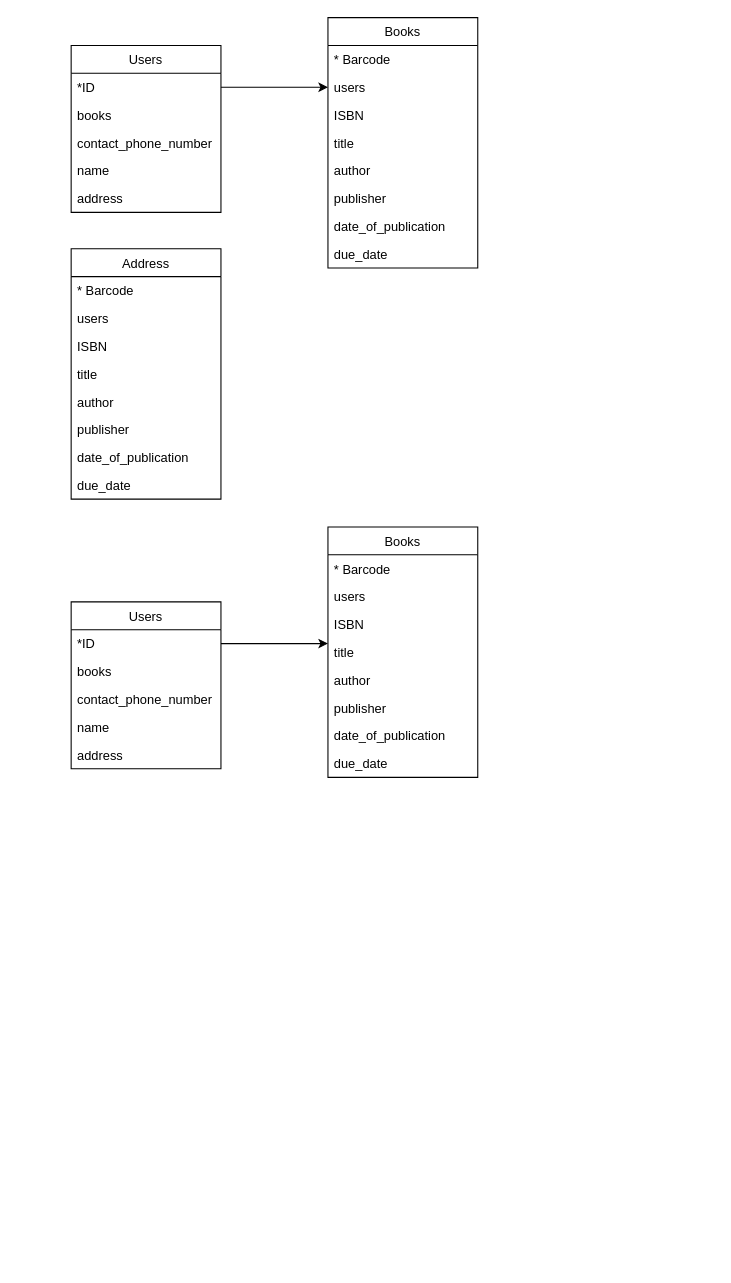
This is Untitled Diagram.drawio from Ziqi222/name.c, a draw.io file, before an edit. Source tidied: cells renumbered, new cells numbered last; positions are measured from the earlier drawing's top-left corner, leaving out a move shared by most shapes. Both pictures are drawn from the tidied source at 107%, with x=0, y=0 at pixel (71, 17).
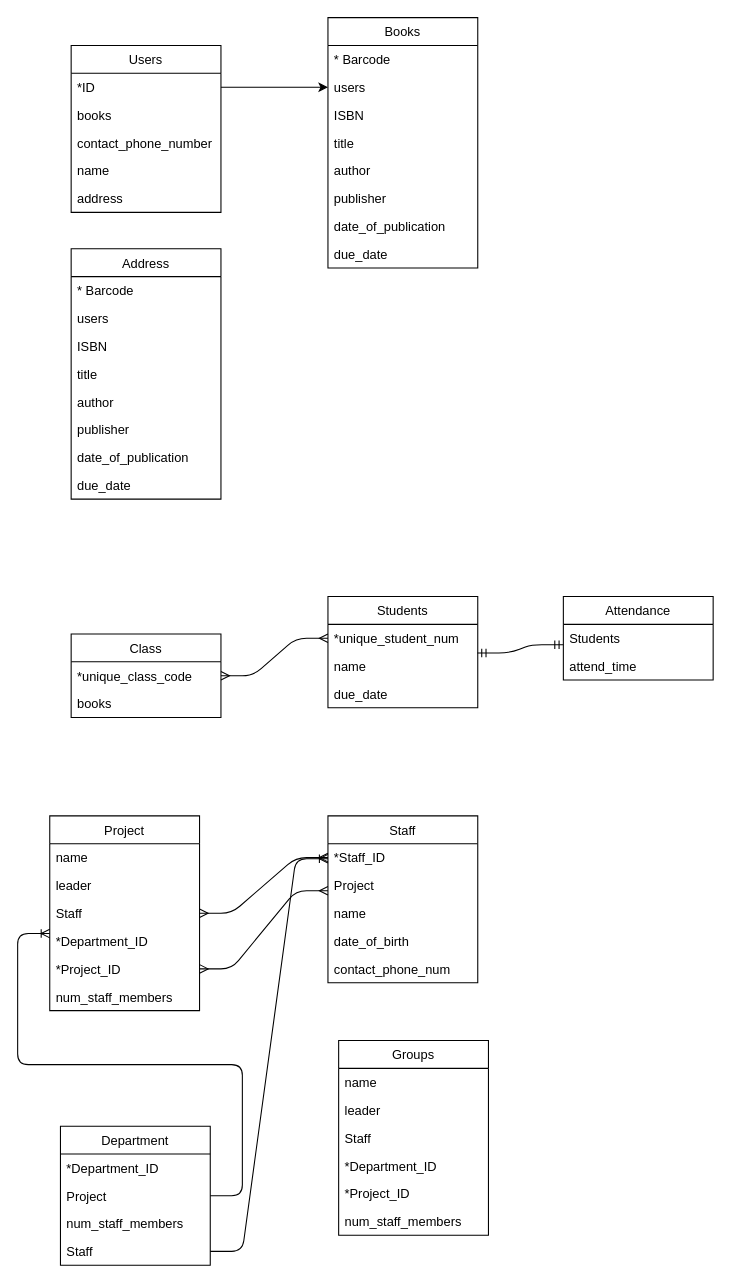
The same page after the edit.

What changed in the source:
```diff
@@
-    <mxCell id="27" value="Users" style="swimlane;fontStyle=0;horizontal=1;startSize=26;fillColor=none;" parent="1" vertex="1">
-      <mxGeometry y="546" width="140" height="156" as="geometry" />
+    <mxCell id="27" value="Class" style="swimlane;fontStyle=0;horizontal=1;startSize=26;fillColor=none;" parent="1" vertex="1">
+      <mxGeometry y="576" width="140" height="78" as="geometry" />
     </mxCell>
-    <mxCell id="28" value="*ID" style="text;strokeColor=none;fillColor=none;align=left;verticalAlign=top;spacingLeft=4;spacingRight=4;overflow=hidden;points=[[0,0.5],[1,0.5]];portConstraint=eastwest;" parent="27" vertex="1">
+    <mxCell id="28" value="*unique_class_code" style="text;strokeColor=none;fillColor=none;align=left;verticalAlign=top;spacingLeft=4;spacingRight=4;overflow=hidden;points=[[0,0.5],[1,0.5]];portConstraint=eastwest;" parent="27" vertex="1">
       <mxGeometry y="26" width="140" height="26" as="geometry" />
     </mxCell>
@@
-    <mxCell id="30" value="contact_phone_number" style="text;strokeColor=none;fillColor=none;align=left;verticalAlign=top;spacingLeft=4;spacingRight=4;overflow=hidden;" parent="27" vertex="1">
-      <mxGeometry y="78" width="140" height="26" as="geometry" />
-    </mxCell>
-    <mxCell id="31" value="name" style="text;strokeColor=none;fillColor=none;align=left;verticalAlign=top;spacingLeft=4;spacingRight=4;overflow=hidden;" parent="27" vertex="1">
-      <mxGeometry y="104" width="140" height="26" as="geometry" />
-    </mxCell>
-    <mxCell id="32" value="address" style="text;strokeColor=none;fillColor=none;align=left;verticalAlign=top;spacingLeft=4;spacingRight=4;overflow=hidden;" parent="27" vertex="1">
-      <mxGeometry y="130" width="140" height="26" as="geometry" />
-    </mxCell>
-    <mxCell id="33" style="endArrow=classic;html=1;exitX=1;exitY=0.5;exitDx=0;exitDy=0;entryX=0;entryY=0.5;entryDx=0;entryDy=0;" parent="1" edge="1" source="28">
-      <mxGeometry relative="1" as="geometry">
-        <mxPoint x="240" y="585" as="targetPoint" />
-      </mxGeometry>
-    </mxCell>
-    <mxCell id="34" value="Books" style="swimlane;fontStyle=0;horizontal=1;startSize=26;fillColor=none;" parent="1" vertex="1">
-      <mxGeometry x="240" y="476" width="140" height="234" as="geometry" />
+    <mxCell id="34" value="Students" style="swimlane;fontStyle=0;horizontal=1;startSize=26;fillColor=none;" parent="1" vertex="1">
+      <mxGeometry x="240" y="541" width="140" height="104" as="geometry" />
     </mxCell>
-    <mxCell id="35" value="* Barcode" style="text;strokeColor=none;fillColor=none;align=left;verticalAlign=top;spacingLeft=4;spacingRight=4;overflow=hidden;" parent="34" vertex="1">
-      <mxGeometry y="26" width="140" height="26" as="geometry" />
-    </mxCell>
+    <mxCell id="37" value="*unique_student_num" style="text;strokeColor=none;fillColor=none;align=left;verticalAlign=top;spacingLeft=4;spacingRight=4;overflow=hidden;points=[[0,0.5],[1,0.5]];portConstraint=eastwest;" parent="34" vertex="1">
+      <mxGeometry y="26" width="140" height="26" as="geometry" />
+    </mxCell>
-    <mxCell id="36" value="users" style="text;strokeColor=none;fillColor=none;align=left;verticalAlign=top;spacingLeft=4;spacingRight=4;overflow=hidden;points=[[0,0.5],[1,0.5]];portConstraint=eastwest;" parent="34" vertex="1">
+    <mxCell id="36" value="name" style="text;strokeColor=none;fillColor=none;align=left;verticalAlign=top;spacingLeft=4;spacingRight=4;overflow=hidden;points=[[0,0.5],[1,0.5]];portConstraint=eastwest;" parent="34" vertex="1">
       <mxGeometry y="52" width="140" height="26" as="geometry" />
     </mxCell>
-    <mxCell id="37" value="ISBN" style="text;strokeColor=none;fillColor=none;align=left;verticalAlign=top;spacingLeft=4;spacingRight=4;overflow=hidden;points=[[0,0.5],[1,0.5]];portConstraint=eastwest;" parent="34" vertex="1">
-      <mxGeometry y="78" width="140" height="26" as="geometry" />
-    </mxCell>
-    <mxCell id="38" value="title" style="text;strokeColor=none;fillColor=none;align=left;verticalAlign=top;spacingLeft=4;spacingRight=4;overflow=hidden;" parent="34" vertex="1">
-      <mxGeometry y="104" width="140" height="26" as="geometry" />
-    </mxCell>
-    <mxCell id="39" value="author" style="text;strokeColor=none;fillColor=none;align=left;verticalAlign=top;spacingLeft=4;spacingRight=4;overflow=hidden;" parent="34" vertex="1">
-      <mxGeometry y="130" width="140" height="26" as="geometry" />
-    </mxCell>
-    <mxCell id="40" value="publisher" style="text;strokeColor=none;fillColor=none;align=left;verticalAlign=top;spacingLeft=4;spacingRight=4;overflow=hidden;" parent="34" vertex="1">
-      <mxGeometry y="156" width="140" height="26" as="geometry" />
-    </mxCell>
-    <mxCell id="41" value="date_of_publication" style="text;strokeColor=none;fillColor=none;align=left;verticalAlign=top;spacingLeft=4;spacingRight=4;overflow=hidden;" parent="34" vertex="1">
-      <mxGeometry y="182" width="140" height="26" as="geometry" />
-    </mxCell>
     <mxCell id="42" value="due_date" style="text;strokeColor=none;fillColor=none;align=left;verticalAlign=top;spacingLeft=4;spacingRight=4;overflow=hidden;" parent="34" vertex="1">
-      <mxGeometry y="208" width="140" height="26" as="geometry" />
+      <mxGeometry y="78" width="140" height="26" as="geometry" />
     </mxCell>
+    <mxCell id="43" value="Attendance" style="swimlane;fontStyle=0;horizontal=1;startSize=26;fillColor=none;" parent="1" vertex="1">
+      <mxGeometry x="460" y="541" width="140" height="78" as="geometry" />
+    </mxCell>
+    <mxCell id="44" value="Students" style="text;strokeColor=none;fillColor=none;align=left;verticalAlign=top;spacingLeft=4;spacingRight=4;overflow=hidden;" parent="43" vertex="1">
+      <mxGeometry y="26" width="140" height="26" as="geometry" />
+    </mxCell>
+    <mxCell id="45" value="attend_time&#10;" style="text;strokeColor=none;fillColor=none;align=left;verticalAlign=top;spacingLeft=4;spacingRight=4;overflow=hidden;" parent="43" vertex="1">
+      <mxGeometry y="52" width="140" height="26" as="geometry" />
+    </mxCell>
+    <mxCell id="46" value="Staff" style="swimlane;fontStyle=0;horizontal=1;startSize=26;fillColor=none;" parent="1" vertex="1">
+      <mxGeometry x="240" y="746" width="140" height="156" as="geometry" />
+    </mxCell>
+    <mxCell id="47" value="*Staff_ID" style="text;strokeColor=none;fillColor=none;align=left;verticalAlign=top;spacingLeft=4;spacingRight=4;overflow=hidden;points=[[0,0.5],[1,0.5]];portConstraint=eastwest;" parent="46" vertex="1">
+      <mxGeometry y="26" width="140" height="26" as="geometry" />
+    </mxCell>
+    <mxCell id="48" value="Project" style="text;strokeColor=none;fillColor=none;align=left;verticalAlign=top;spacingLeft=4;spacingRight=4;overflow=hidden;" parent="46" vertex="1">
+      <mxGeometry y="52" width="140" height="26" as="geometry" />
+    </mxCell>
+    <mxCell id="49" value="name" style="text;strokeColor=none;fillColor=none;align=left;verticalAlign=top;spacingLeft=4;spacingRight=4;overflow=hidden;" parent="46" vertex="1">
+      <mxGeometry y="78" width="140" height="26" as="geometry" />
+    </mxCell>
+    <mxCell id="50" value="date_of_birth" style="text;strokeColor=none;fillColor=none;align=left;verticalAlign=top;spacingLeft=4;spacingRight=4;overflow=hidden;" parent="46" vertex="1">
+      <mxGeometry y="104" width="140" height="26" as="geometry" />
+    </mxCell>
+    <mxCell id="51" value="contact_phone_num" style="text;strokeColor=none;fillColor=none;align=left;verticalAlign=top;spacingLeft=4;spacingRight=4;overflow=hidden;" parent="46" vertex="1">
+      <mxGeometry y="130" width="140" height="26" as="geometry" />
+    </mxCell>
+    <mxCell id="52" value="Department" style="swimlane;fontStyle=0;horizontal=1;startSize=26;fillColor=none;" parent="1" vertex="1">
+      <mxGeometry x="-10" y="1036" width="140" height="130" as="geometry" />
+    </mxCell>
+    <mxCell id="53" value="*Department_ID" style="text;strokeColor=none;fillColor=none;align=left;verticalAlign=top;spacingLeft=4;spacingRight=4;overflow=hidden;" parent="52" vertex="1">
+      <mxGeometry y="26" width="140" height="26" as="geometry" />
+    </mxCell>
+    <mxCell id="54" value="Project" style="text;strokeColor=none;fillColor=none;align=left;verticalAlign=top;spacingLeft=4;spacingRight=4;overflow=hidden;points=[[0,0.5],[1,0.5]];portConstraint=eastwest;" parent="52" vertex="1">
+      <mxGeometry y="52" width="140" height="26" as="geometry" />
+    </mxCell>
+    <mxCell id="55" value="num_staff_members" style="text;strokeColor=none;fillColor=none;align=left;verticalAlign=top;spacingLeft=4;spacingRight=4;overflow=hidden;" parent="52" vertex="1">
+      <mxGeometry y="78" width="140" height="26" as="geometry" />
+    </mxCell>
+    <mxCell id="56" value="Staff" style="text;strokeColor=none;fillColor=none;align=left;verticalAlign=top;spacingLeft=4;spacingRight=4;overflow=hidden;points=[[0,0.5],[1,0.5]];portConstraint=eastwest;" parent="52" vertex="1">
+      <mxGeometry y="104" width="140" height="26" as="geometry" />
+    </mxCell>
+    <mxCell id="57" style="edgeStyle=entityRelationEdgeStyle;fontSize=12;html=1;endArrow=ERmany;startArrow=ERmany;" parent="1" edge="1" target="37">
+      <mxGeometry relative="1" as="geometry">
+        <mxPoint x="140" y="615" as="sourcePoint" />
+      </mxGeometry>
+    </mxCell>
+    <mxCell id="58" style="edgeStyle=entityRelationEdgeStyle;fontSize=12;html=1;endArrow=ERmandOne;startArrow=ERmandOne;exitX=0.998;exitY=0.032;exitDx=0;exitDy=0;exitPerimeter=0;" parent="1" edge="1" source="36">
+      <mxGeometry relative="1" as="geometry">
+        <mxPoint x="460" y="586" as="targetPoint" />
+      </mxGeometry>
+    </mxCell>
+    <mxCell id="59" value="Project" style="swimlane;fontStyle=0;horizontal=1;startSize=26;fillColor=none;" parent="1" vertex="1">
+      <mxGeometry x="-20" y="746" width="140" height="182" as="geometry" />
+    </mxCell>
+    <mxCell id="60" value="name" style="text;strokeColor=none;fillColor=none;align=left;verticalAlign=top;spacingLeft=4;spacingRight=4;overflow=hidden;" parent="59" vertex="1">
+      <mxGeometry y="26" width="140" height="26" as="geometry" />
+    </mxCell>
+    <mxCell id="61" value="leader" style="text;strokeColor=none;fillColor=none;align=left;verticalAlign=top;spacingLeft=4;spacingRight=4;overflow=hidden;" parent="59" vertex="1">
+      <mxGeometry y="52" width="140" height="26" as="geometry" />
+    </mxCell>
+    <mxCell id="62" value="Staff" style="text;strokeColor=none;fillColor=none;align=left;verticalAlign=top;spacingLeft=4;spacingRight=4;overflow=hidden;points=[[0,0.5],[1,0.5]];portConstraint=eastwest;" parent="59" vertex="1">
+      <mxGeometry y="78" width="140" height="26" as="geometry" />
+    </mxCell>
+    <mxCell id="63" value="*Department_ID" style="text;strokeColor=none;fillColor=none;align=left;verticalAlign=top;spacingLeft=4;spacingRight=4;overflow=hidden;" parent="59" vertex="1">
+      <mxGeometry y="104" width="140" height="26" as="geometry" />
+    </mxCell>
+    <mxCell id="64" value="*Project_ID" style="text;strokeColor=none;fillColor=none;align=left;verticalAlign=top;spacingLeft=4;spacingRight=4;overflow=hidden;points=[[0,0.5],[1,0.5]];portConstraint=eastwest;" parent="59" vertex="1">
+      <mxGeometry y="130" width="140" height="26" as="geometry" />
+    </mxCell>
+    <mxCell id="65" value="num_staff_members" style="text;strokeColor=none;fillColor=none;align=left;verticalAlign=top;spacingLeft=4;spacingRight=4;overflow=hidden;" parent="59" vertex="1">
+      <mxGeometry y="156" width="140" height="26" as="geometry" />
+    </mxCell>
+    <mxCell id="66" style="edgeStyle=entityRelationEdgeStyle;fontSize=12;html=1;endArrow=ERmany;startArrow=ERmany;entryX=0;entryY=0.5;entryDx=0;entryDy=0;exitX=1;exitY=0.5;exitDx=0;exitDy=0;" parent="1" edge="1" source="62" target="47">
+      <mxGeometry relative="1" as="geometry" />
+    </mxCell>
+    <mxCell id="67" style="edgeStyle=entityRelationEdgeStyle;fontSize=12;html=1;endArrow=ERoneToMany;exitX=1;exitY=0.5;exitDx=0;exitDy=0;" parent="1" edge="1" source="56">
+      <mxGeometry relative="1" as="geometry">
+        <mxPoint x="240" y="786" as="targetPoint" />
+      </mxGeometry>
+    </mxCell>
+    <mxCell id="68" style="edgeStyle=entityRelationEdgeStyle;fontSize=12;html=1;endArrow=ERoneToMany;exitX=1;exitY=0.5;exitDx=0;exitDy=0;" parent="1" edge="1" source="54">
+      <mxGeometry relative="1" as="geometry">
+        <mxPoint x="-20" y="856" as="targetPoint" />
+      </mxGeometry>
+    </mxCell>
+    <mxCell id="69" style="edgeStyle=entityRelationEdgeStyle;fontSize=12;html=1;endArrow=ERmany;startArrow=ERmany;entryX=0;entryY=0.5;entryDx=0;entryDy=0;exitX=1;exitY=0.5;exitDx=0;exitDy=0;" parent="1" edge="1" source="64">
+      <mxGeometry relative="1" as="geometry">
+        <mxPoint x="240" y="816" as="targetPoint" />
+      </mxGeometry>
+    </mxCell>
+    <mxCell id="70" value="Groups" style="swimlane;fontStyle=0;horizontal=1;startSize=26;fillColor=none;" parent="1" vertex="1">
+      <mxGeometry x="250" y="956" width="140" height="182" as="geometry" />
+    </mxCell>
+    <mxCell id="71" value="name" style="text;strokeColor=none;fillColor=none;align=left;verticalAlign=top;spacingLeft=4;spacingRight=4;overflow=hidden;" parent="70" vertex="1">
+      <mxGeometry y="26" width="140" height="26" as="geometry" />
+    </mxCell>
+    <mxCell id="72" value="leader" style="text;strokeColor=none;fillColor=none;align=left;verticalAlign=top;spacingLeft=4;spacingRight=4;overflow=hidden;" parent="70" vertex="1">
+      <mxGeometry y="52" width="140" height="26" as="geometry" />
+    </mxCell>
+    <mxCell id="73" value="Staff" style="text;strokeColor=none;fillColor=none;align=left;verticalAlign=top;spacingLeft=4;spacingRight=4;overflow=hidden;" parent="70" vertex="1">
+      <mxGeometry y="78" width="140" height="26" as="geometry" />
+    </mxCell>
+    <mxCell id="74" value="*Department_ID" style="text;strokeColor=none;fillColor=none;align=left;verticalAlign=top;spacingLeft=4;spacingRight=4;overflow=hidden;" parent="70" vertex="1">
+      <mxGeometry y="104" width="140" height="26" as="geometry" />
+    </mxCell>
+    <mxCell id="75" value="*Project_ID" style="text;strokeColor=none;fillColor=none;align=left;verticalAlign=top;spacingLeft=4;spacingRight=4;overflow=hidden;" parent="70" vertex="1">
+      <mxGeometry y="130" width="140" height="26" as="geometry" />
+    </mxCell>
+    <mxCell id="76" value="num_staff_members" style="text;strokeColor=none;fillColor=none;align=left;verticalAlign=top;spacingLeft=4;spacingRight=4;overflow=hidden;" parent="70" vertex="1">
+      <mxGeometry y="156" width="140" height="26" as="geometry" />
+    </mxCell>
```
